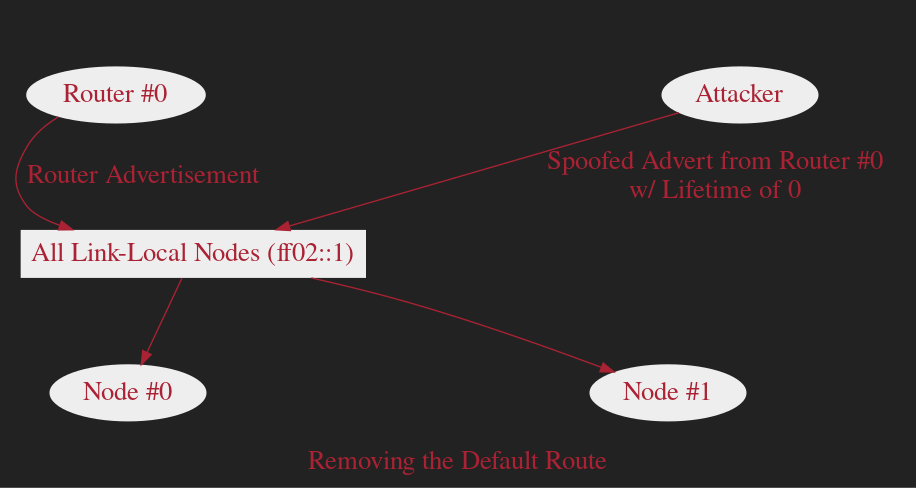
This is slides/graphs/images/ndp-ura-attack1.png from dlrobertson/dlrobertson.com, a Graphviz export, as it was before one commit. Its source is kept beside it as slides/graphs/sources/ndp-ura-attack1.dot.
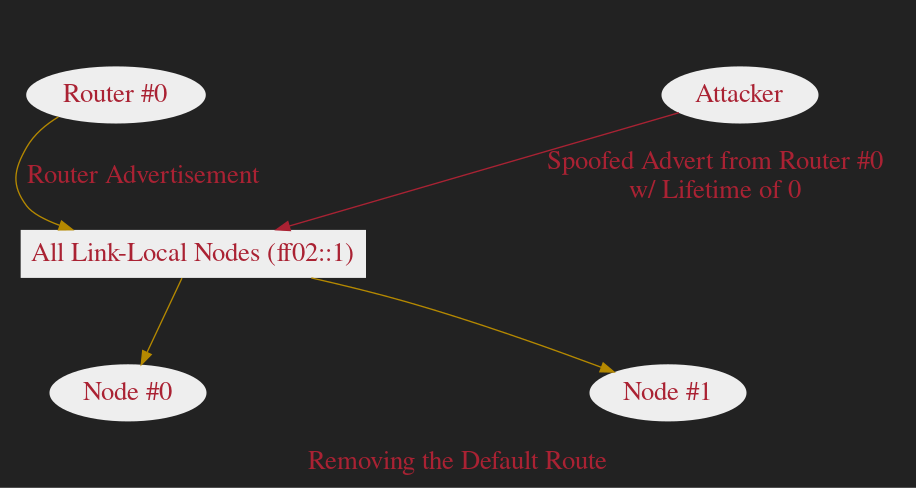
Above is the later version.

The edit, as a diff of the source:
```diff
@@ -7,7 +7,7 @@
     fontcolor="#aa2233"
     fontsize=20
     bgcolor="#222222"
-    edge[color="#aa2233", fontcolor="#aa2233", fontsize=20]
+    edge[color="#b58900", fontcolor="#aa2233", fontsize=20]
     node[fontcolor="#aa2233", fontsize=20]
     subgraph cluster0 {
         label="Routers"
@@ -52,7 +52,10 @@
         ]
     }
     router0 -> all_nodes[label="Router Advertisement"]
-    attacker -> all_nodes[label="Spoofed Advert from Router #0\nw/ Lifetime of 0"]
+    attacker -> all_nodes[
+        label="Spoofed Advert from Router #0\nw/ Lifetime of 0"
+        color="#aa2233"
+    ]
     all_nodes -> node0
     all_nodes -> node1
 }
```
